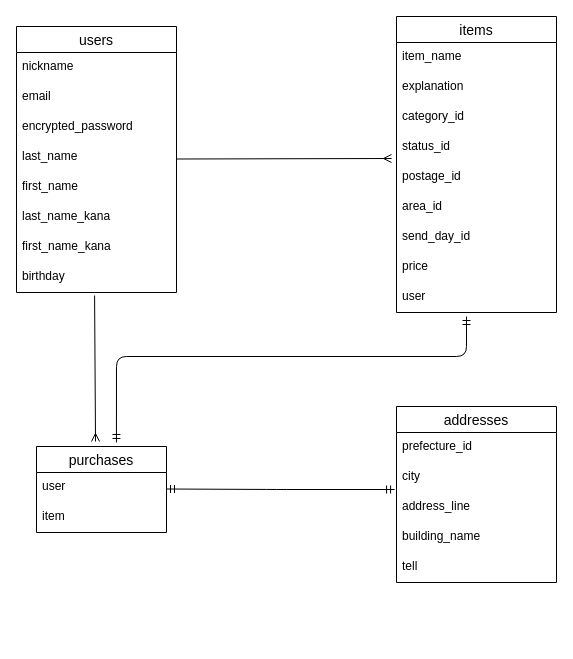
Earlier version of the draw.io diagram furima.dio (pleasant-star/furima-41678). Source tidied: cells renumbered, new cells numbered last; positions are measured from the earlier drawing's top-left corner, leaving out a move shared by most shapes. Both pictures are drawn from the tidied source at 100%, with x=0, y=0 at pixel (16, 16).
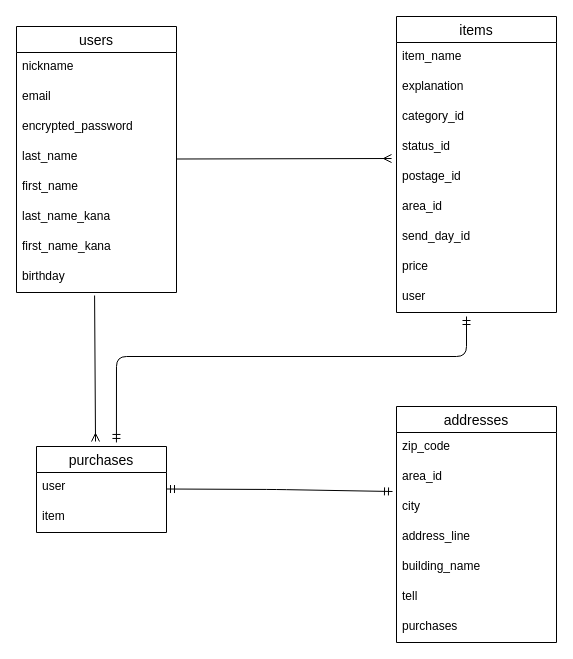
The same diagram, later.

The edit, as a diff of the source:
```diff
@@
     <mxCell id="24" value="addresses" style="swimlane;fontStyle=0;horizontal=1;startSize=26;align=center;fontSize=14;" parent="1" vertex="1">
-      <mxGeometry x="380" y="390" width="160" height="176" as="geometry" />
+      <mxGeometry x="380" y="390" width="160" height="236" as="geometry" />
     </mxCell>
+    <mxCell id="34" value="zip_code" style="text;strokeColor=none;fillColor=none;spacingLeft=4;spacingRight=4;overflow=hidden;fontSize=12;" parent="24" vertex="1">
+      <mxGeometry y="26" width="160" height="30" as="geometry" />
+    </mxCell>
-    <mxCell id="25" value="prefecture_id" style="text;strokeColor=none;fillColor=none;spacingLeft=4;spacingRight=4;overflow=hidden;fontSize=12;" parent="24" vertex="1">
-      <mxGeometry y="26" width="160" height="30" as="geometry" />
+    <mxCell id="25" value="area_id" style="text;strokeColor=none;fillColor=none;spacingLeft=4;spacingRight=4;overflow=hidden;fontSize=12;" parent="24" vertex="1">
+      <mxGeometry y="56" width="160" height="30" as="geometry" />
     </mxCell>
     <mxCell id="26" value="city" style="text;strokeColor=none;fillColor=none;spacingLeft=4;spacingRight=4;overflow=hidden;points=[[0,0.5],[1,0.5]];portConstraint=eastwest;fontSize=12;" parent="24" vertex="1">
-      <mxGeometry y="56" width="160" height="30" as="geometry" />
+      <mxGeometry y="86" width="160" height="30" as="geometry" />
     </mxCell>
     <mxCell id="27" value="address_line" style="text;strokeColor=none;fillColor=none;spacingLeft=4;spacingRight=4;overflow=hidden;fontSize=12;" parent="24" vertex="1">
-      <mxGeometry y="86" width="160" height="30" as="geometry" />
+      <mxGeometry y="116" width="160" height="30" as="geometry" />
     </mxCell>
     <mxCell id="28" value="building_name" style="text;strokeColor=none;fillColor=none;spacingLeft=4;spacingRight=4;overflow=hidden;fontSize=12;" parent="24" vertex="1">
-      <mxGeometry y="116" width="160" height="30" as="geometry" />
+      <mxGeometry y="146" width="160" height="30" as="geometry" />
     </mxCell>
     <mxCell id="29" value="tell" style="text;strokeColor=none;fillColor=none;spacingLeft=4;spacingRight=4;overflow=hidden;fontSize=12;" parent="24" vertex="1">
-      <mxGeometry y="146" width="160" height="30" as="geometry" />
+      <mxGeometry y="176" width="160" height="30" as="geometry" />
     </mxCell>
+    <mxCell id="35" value="purchases" style="text;strokeColor=none;fillColor=none;spacingLeft=4;spacingRight=4;overflow=hidden;fontSize=12;" parent="24" vertex="1">
+      <mxGeometry y="206" width="160" height="30" as="geometry" />
+    </mxCell>
-    <mxCell id="30" style="fontSize=12;html=1;endArrow=ERmandOne;startArrow=ERmandOne;entryX=-0.012;entryY=0.9;entryDx=0;entryDy=0;entryPerimeter=0;" parent="1" edge="1" target="26">
+    <mxCell id="30" style="fontSize=12;html=1;endArrow=ERmandOne;startArrow=ERmandOne;entryX=-0.025;entryY=-0.033;entryDx=0;entryDy=0;entryPerimeter=0;" parent="1" edge="1" target="26">
       <mxGeometry relative="1" as="geometry">
         <mxPoint x="150" y="472.5" as="sourcePoint" />
         <Array as="points">
           <mxPoint x="260" y="473" />
         </Array>
       </mxGeometry>
     </mxCell>
```
